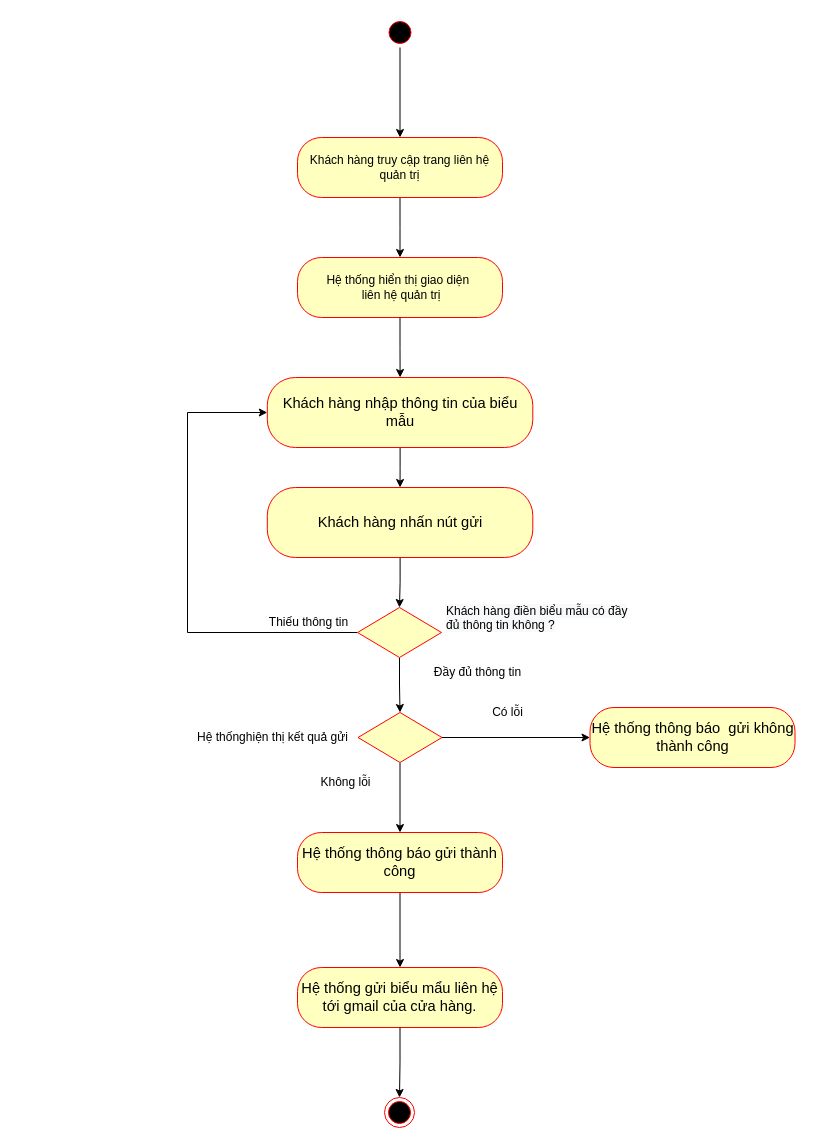
Earlier version of the draw.io diagram Nam3_HK1/CNPM_SoftTech/Activity Diagrams/Linh Quân/AD_LiênHệQuảnTrị.drawio (EdgarIgnite16/SGU-Course). Source tidied: cells renumbered, new cells numbered last; positions are measured from the earlier drawing's top-left corner, leaving out a move shared by most shapes. Both pictures are drawn from the tidied source at 100%, with x=0, y=0 at pixel (187, 17).
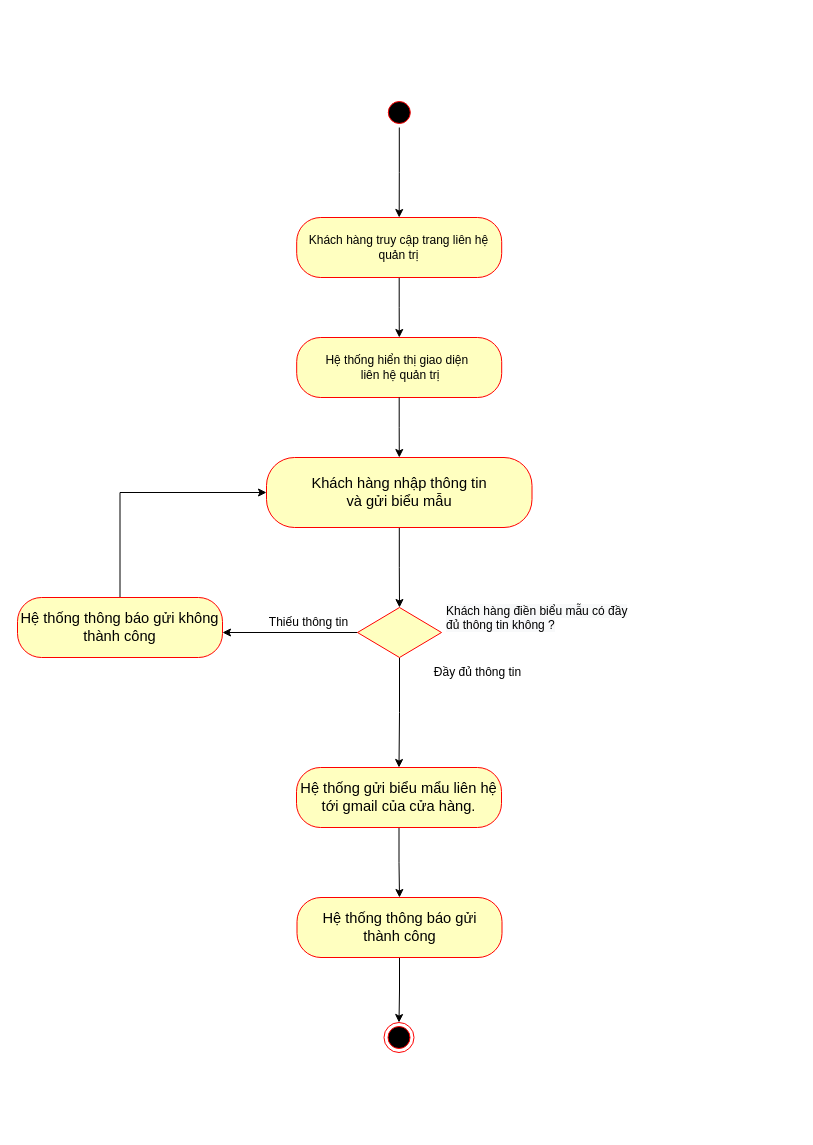
The same page after the edit.

Unchanged cells that the change refers to:
```xml
<mxCell id="23" style="rhombus;whiteSpace=wrap;html=1;fillColor=#ffffc0;strokeColor=#ff0000;fontFamily=Helvetica;" parent="1" vertex="1">
  <mxGeometry x="170" y="590" width="84" height="50" as="geometry" />
</mxCell>
```

The edit, as a diff of the source:
```diff
@@
     <mxCell id="3" style="ellipse;html=1;shape=startState;fillColor=#000000;strokeColor=#ff0000;fontFamily=Helvetica;" parent="1" vertex="1">
-      <mxGeometry x="197.5" width="30" height="30" as="geometry" />
+      <mxGeometry x="196.8" y="80" width="30" height="30" as="geometry" />
     </mxCell>
     <mxCell id="4" style="edgeStyle=orthogonalEdgeStyle;rounded=0;jettySize=auto;html=1;entryX=0.5;entryY=0;entryDx=0;entryDy=0;" parent="1" edge="1" source="5">
       <mxGeometry relative="1" as="geometry">
-        <mxPoint x="212.5" y="240" as="targetPoint" />
+        <mxPoint x="211.8" y="320" as="targetPoint" />
       </mxGeometry>
     </mxCell>
     <mxCell id="5" value="Khách hàng truy cập trang liên hệ quản trị" style="rounded=1;whiteSpace=wrap;html=1;arcSize=40;fontColor=#000000;fillColor=#ffffc0;strokeColor=#ff0000;fontFamily=Helvetica;" parent="1" vertex="1">
-      <mxGeometry x="110" y="120" width="205" height="60" as="geometry" />
+      <mxGeometry x="109.2" y="200" width="205" height="60" as="geometry" />
     </mxCell>
     <mxCell id="6" value="Hệ thống hiển thị giao diện&amp;nbsp;&lt;br&gt;&amp;nbsp;liên hệ quản trị" style="rounded=1;whiteSpace=wrap;html=1;arcSize=40;fontColor=#000000;fillColor=#ffffc0;strokeColor=#ff0000;fontFamily=Helvetica;" parent="1" vertex="1">
-      <mxGeometry x="110" y="240" width="205" height="60" as="geometry" />
+      <mxGeometry x="109.2" y="320" width="205" height="60" as="geometry" />
     </mxCell>
-    <mxCell id="7" style="edgeStyle=orthogonalEdgeStyle;rounded=0;jettySize=auto;html=1;entryX=0.5;entryY=0;entryDx=0;entryDy=0;" parent="1" edge="1" source="9" target="12">
-      <mxGeometry relative="1" as="geometry" />
-    </mxCell>
-    <mxCell id="8" style="edgeStyle=orthogonalEdgeStyle;rounded=0;jettySize=auto;html=1;" parent="1" edge="1" source="9" target="10">
-      <mxGeometry relative="1" as="geometry" />
-    </mxCell>
-    <mxCell id="9" style="rhombus;whiteSpace=wrap;html=1;fillColor=#ffffc0;strokeColor=#ff0000;fontFamily=Helvetica;" parent="1" vertex="1">
-      <mxGeometry x="170.5" y="695" width="84" height="50" as="geometry" />
-    </mxCell>
+    <mxCell id="30" style="edgeStyle=orthogonalEdgeStyle;rounded=0;jettySize=auto;html=1;" parent="1" edge="1" source="10" target="17">
+      <mxGeometry relative="1" as="geometry">
+        <Array as="points">
+          <mxPoint x="-67" y="475" />
+        </Array>
+      </mxGeometry>
+    </mxCell>
-    <mxCell id="10" value="&lt;font face=&quot;calibri, sans-serif&quot;&gt;&lt;span style=&quot;font-size: 14.6667px&quot;&gt;Hệ thống thông báo&amp;nbsp; gửi không thành công&lt;br&gt;&lt;/span&gt;&lt;/font&gt;" style="rounded=1;whiteSpace=wrap;html=1;arcSize=40;fontColor=#000000;fillColor=#ffffc0;strokeColor=#ff0000;fontFamily=Helvetica;" parent="1" vertex="1">
-      <mxGeometry x="402.5" y="690" width="205" height="60" as="geometry" />
+    <mxCell id="10" value="&lt;font face=&quot;calibri, sans-serif&quot;&gt;&lt;span style=&quot;font-size: 14.6667px&quot;&gt;Hệ thống thông báo gửi không thành công&lt;br&gt;&lt;/span&gt;&lt;/font&gt;" style="rounded=1;whiteSpace=wrap;html=1;arcSize=40;fontColor=#000000;fillColor=#ffffc0;strokeColor=#ff0000;fontFamily=Helvetica;" parent="1" vertex="1">
+      <mxGeometry x="-170" y="580" width="205" height="60" as="geometry" />
     </mxCell>
-    <mxCell id="11" style="edgeStyle=orthogonalEdgeStyle;rounded=0;jettySize=auto;html=1;" parent="1" edge="1" source="12" target="27">
+    <mxCell id="11" style="edgeStyle=orthogonalEdgeStyle;rounded=0;jettySize=auto;html=1;" parent="1" edge="1" source="27" target="12">
       <mxGeometry relative="1" as="geometry" />
     </mxCell>
-    <mxCell id="12" value="&lt;font face=&quot;calibri, sans-serif&quot;&gt;&lt;span style=&quot;font-size: 14.6667px&quot;&gt;Hệ thống thông báo gửi thành công&lt;br&gt;&lt;/span&gt;&lt;/font&gt;" style="rounded=1;whiteSpace=wrap;html=1;arcSize=40;fontColor=#000000;fillColor=#ffffc0;strokeColor=#ff0000;fontFamily=Helvetica;" parent="1" vertex="1">
-      <mxGeometry x="110" y="815" width="205" height="60" as="geometry" />
-    </mxCell>
-    <mxCell id="13" value="Hệ thốnghiện thị kết quả gửi" style="text;html=1;align=center;verticalAlign=middle;strokeColor=none;fillColor=none;" parent="1" vertex="1">
-      <mxGeometry y="705" width="170" height="30" as="geometry" />
-    </mxCell>
-    <mxCell id="14" value="Có lỗi" style="text;html=1;align=center;verticalAlign=middle;strokeColor=none;fillColor=none;" parent="1" vertex="1">
-      <mxGeometry x="294.5" y="680" width="50" height="30" as="geometry" />
-    </mxCell>
-    <mxCell id="15" value="Không lỗi" style="text;html=1;align=center;verticalAlign=middle;strokeColor=none;fillColor=none;" parent="1" vertex="1">
-      <mxGeometry x="122.5" y="750" width="70" height="30" as="geometry" />
-    </mxCell>
-    <mxCell id="16" style="edgeStyle=orthogonalEdgeStyle;rounded=0;jettySize=auto;html=1;entryX=0.5;entryY=0;entryDx=0;entryDy=0;" parent="1" edge="1" source="17" target="20">
+    <mxCell id="16" style="edgeStyle=orthogonalEdgeStyle;rounded=0;jettySize=auto;html=1;" parent="1" edge="1" source="17" target="23">
       <mxGeometry relative="1" as="geometry" />
     </mxCell>
-    <mxCell id="17" value="&lt;span id=&quot;docs-internal-guid-6ba51107-7fff-6d62-eb34-f2f79f87cc2d&quot;&gt;&lt;p style=&quot;line-height:1.2;margin-top:0pt;margin-bottom:0pt;&quot; dir=&quot;ltr&quot;&gt;&lt;span style=&quot;font-size: 11pt; font-family: Calibri, sans-serif; background-color: transparent; font-variant-numeric: normal; font-variant-east-asian: normal; vertical-align: baseline;&quot;&gt;Khách hàng nhập thông tin của biểu mẫu&lt;/span&gt;&lt;/p&gt;&lt;/span&gt;" style="rounded=1;whiteSpace=wrap;html=1;arcSize=40;fontColor=#000000;fillColor=#ffffc0;strokeColor=#ff0000;" parent="1" vertex="1">
-      <mxGeometry x="79.8" y="360" width="265.5" height="70" as="geometry" />
+    <mxCell id="17" value="&lt;span id=&quot;docs-internal-guid-6ba51107-7fff-6d62-eb34-f2f79f87cc2d&quot;&gt;&lt;p style=&quot;line-height: 1.2 ; margin-top: 0pt ; margin-bottom: 0pt&quot; dir=&quot;ltr&quot;&gt;&lt;span style=&quot;font-size: 11pt ; font-family: &amp;#34;calibri&amp;#34; , sans-serif ; background-color: transparent ; vertical-align: baseline&quot;&gt;Khách hàng nhập thông tin&lt;/span&gt;&lt;/p&gt;&lt;p style=&quot;line-height: 1.2 ; margin-top: 0pt ; margin-bottom: 0pt&quot; dir=&quot;ltr&quot;&gt;&lt;span style=&quot;font-size: 11pt ; font-family: &amp;#34;calibri&amp;#34; , sans-serif ; background-color: transparent ; vertical-align: baseline&quot;&gt;và gửi biểu mẫu&lt;/span&gt;&lt;/p&gt;&lt;/span&gt;" style="rounded=1;whiteSpace=wrap;html=1;arcSize=40;fontColor=#000000;fillColor=#ffffc0;strokeColor=#ff0000;" parent="1" vertex="1">
+      <mxGeometry x="79" y="440" width="265.5" height="70" as="geometry" />
     </mxCell>
@@
-    <mxCell id="19" style="edgeStyle=orthogonalEdgeStyle;rounded=0;jettySize=auto;html=1;entryX=0.5;entryY=0;entryDx=0;entryDy=0;" parent="1" edge="1" source="20" target="23">
-      <mxGeometry relative="1" as="geometry" />
-    </mxCell>
-    <mxCell id="20" value="&lt;span id=&quot;docs-internal-guid-6ba51107-7fff-6d62-eb34-f2f79f87cc2d&quot;&gt;&lt;p style=&quot;line-height:1.2;margin-top:0pt;margin-bottom:0pt;&quot; dir=&quot;ltr&quot;&gt;&lt;span id=&quot;docs-internal-guid-4260474c-7fff-daea-726d-ce7d146c84e8&quot;&gt;&lt;span style=&quot;font-size: 11pt; font-family: Calibri, sans-serif; background-color: transparent; font-variant-numeric: normal; font-variant-east-asian: normal; vertical-align: baseline;&quot;&gt;Khách hàng nhấn nút gửi&lt;/span&gt;&lt;/span&gt;&lt;br&gt;&lt;/p&gt;&lt;/span&gt;" style="rounded=1;whiteSpace=wrap;html=1;arcSize=40;fontColor=#000000;fillColor=#ffffc0;strokeColor=#ff0000;" parent="1" vertex="1">
-      <mxGeometry x="79.8" y="470" width="265.5" height="70" as="geometry" />
-    </mxCell>
-    <mxCell id="21" style="edgeStyle=orthogonalEdgeStyle;rounded=0;jettySize=auto;html=1;exitX=0.5;exitY=1;exitDx=0;exitDy=0;entryX=0.5;entryY=0;entryDx=0;entryDy=0;" parent="1" edge="1" source="23" target="9">
+    <mxCell id="21" style="edgeStyle=orthogonalEdgeStyle;rounded=0;jettySize=auto;html=1;exitX=0.5;exitY=1;exitDx=0;exitDy=0;" parent="1" edge="1" source="23" target="27">
       <mxGeometry relative="1" as="geometry" />
     </mxCell>
-    <mxCell id="22" style="edgeStyle=orthogonalEdgeStyle;rounded=0;jettySize=auto;html=1;entryX=0;entryY=0.5;entryDx=0;entryDy=0;" parent="1" edge="1" source="23" target="17">
+    <mxCell id="22" style="edgeStyle=orthogonalEdgeStyle;rounded=0;jettySize=auto;html=1;" parent="1" edge="1" source="23" target="10">
       <mxGeometry relative="1" as="geometry">
         <Array as="points">
           <mxPoint y="615" />
-          <mxPoint y="395" />
         </Array>
       </mxGeometry>
     </mxCell>
@@
-    <mxCell id="27" value="&lt;span id=&quot;docs-internal-guid-e414d633-7fff-2788-c159-fafd4c387476&quot;&gt;&lt;span style=&quot;font-size: 11pt ; font-family: &amp;#34;calibri&amp;#34; , sans-serif ; background-color: transparent ; vertical-align: baseline&quot;&gt;Hệ thống gửi biểu mẩu liên hệ tới gmail của cửa hàng.&lt;/span&gt;&lt;/span&gt;&lt;font face=&quot;calibri, sans-serif&quot;&gt;&lt;span style=&quot;font-size: 14.6667px&quot;&gt;&lt;br&gt;&lt;/span&gt;&lt;/font&gt;" style="rounded=1;whiteSpace=wrap;html=1;arcSize=40;fontColor=#000000;fillColor=#ffffc0;strokeColor=#ff0000;fontFamily=Helvetica;" parent="1" vertex="1">
-      <mxGeometry x="110" y="950" width="205" height="60" as="geometry" />
-    </mxCell>
-    <mxCell id="28" style="edgeStyle=orthogonalEdgeStyle;rounded=0;jettySize=auto;html=1;" parent="1" edge="1" source="27" target="29">
+    <mxCell id="28" style="edgeStyle=orthogonalEdgeStyle;rounded=0;jettySize=auto;html=1;" parent="1" edge="1" source="12" target="29">
       <mxGeometry relative="1" as="geometry" />
     </mxCell>
     <mxCell id="29" style="ellipse;html=1;shape=endState;fillColor=#000000;strokeColor=#ff0000;" parent="1" vertex="1">
-      <mxGeometry x="197" y="1080" width="30" height="30" as="geometry" />
+      <mxGeometry x="196.5" y="1005" width="30" height="30" as="geometry" />
     </mxCell>
+    <mxCell id="27" value="&lt;span id=&quot;docs-internal-guid-e414d633-7fff-2788-c159-fafd4c387476&quot;&gt;&lt;span style=&quot;font-size: 11pt ; font-family: &amp;#34;calibri&amp;#34; , sans-serif ; background-color: transparent ; vertical-align: baseline&quot;&gt;Hệ thống gửi biểu mẩu liên hệ tới gmail của cửa hàng.&lt;/span&gt;&lt;/span&gt;&lt;font face=&quot;calibri, sans-serif&quot;&gt;&lt;span style=&quot;font-size: 14.6667px&quot;&gt;&lt;br&gt;&lt;/span&gt;&lt;/font&gt;" style="rounded=1;whiteSpace=wrap;html=1;arcSize=40;fontColor=#000000;fillColor=#ffffc0;strokeColor=#ff0000;fontFamily=Helvetica;" parent="1" vertex="1">
+      <mxGeometry x="109" y="750" width="205" height="60" as="geometry" />
+    </mxCell>
+    <mxCell id="12" value="&lt;font face=&quot;calibri, sans-serif&quot;&gt;&lt;span style=&quot;font-size: 14.6667px&quot;&gt;Hệ thống thông báo gửi &lt;br&gt;thành công&lt;br&gt;&lt;/span&gt;&lt;/font&gt;" style="rounded=1;whiteSpace=wrap;html=1;arcSize=40;fontColor=#000000;fillColor=#ffffc0;strokeColor=#ff0000;fontFamily=Helvetica;" parent="1" vertex="1">
+      <mxGeometry x="109.5" y="880" width="205" height="60" as="geometry" />
+    </mxCell>
```
